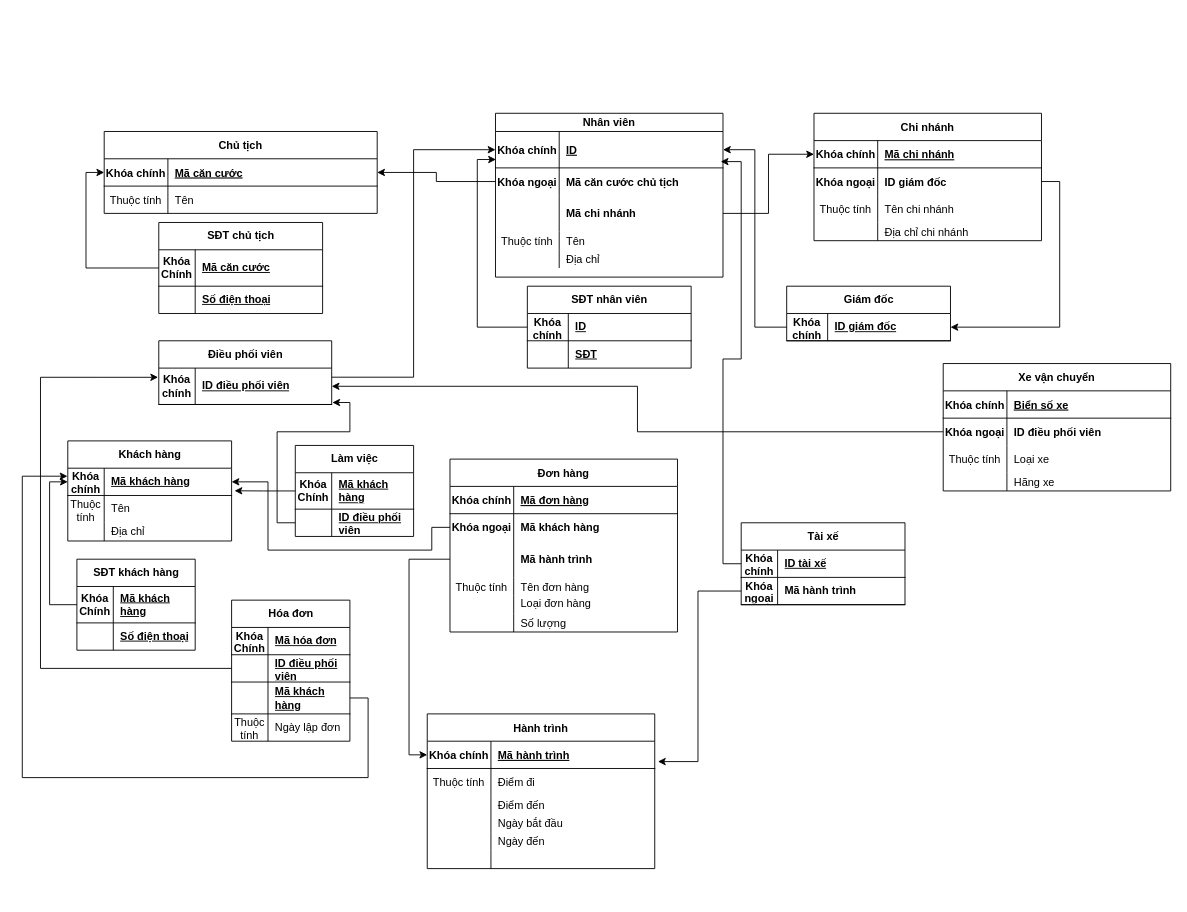
The draw.io diagram Untitled Diagram.drawio in Datbuudien/Luoc_do_quan_he, before the edit. Source tidied: cells renumbered, new cells numbered last; positions are measured from the earlier drawing's top-left corner, leaving out a move shared by most shapes. Both pictures are drawn from the tidied source at 91%, with x=0, y=0 at pixel (22, 113).
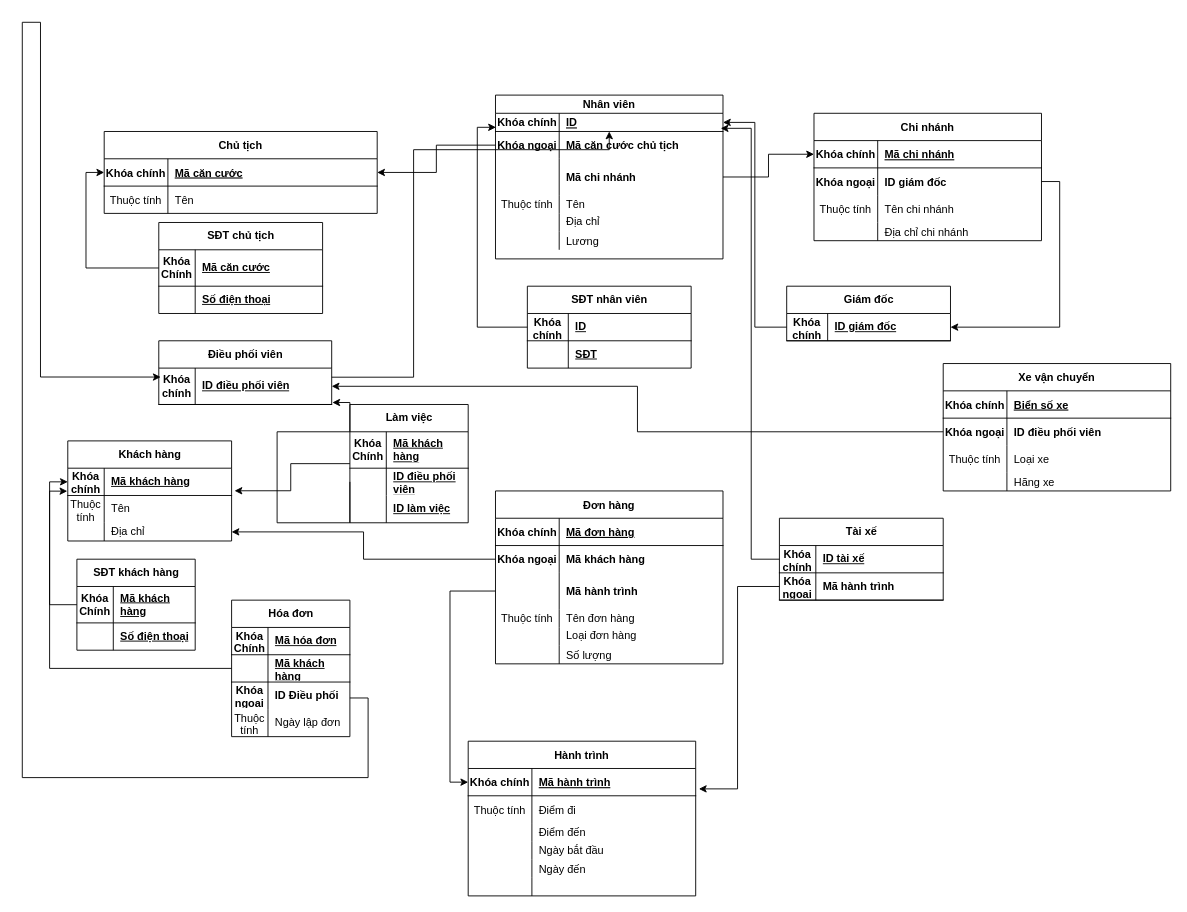
The same diagram, later.

The change refers to these unchanged cells:
```xml
<mxCell id="42" style="shape=tableRow;horizontal=0;startSize=0;swimlaneHead=0;swimlaneBody=0;fillColor=none;points=[[0,0.5],[1,0.5]];portConstraint=eastwest;top=0;left=0;right=0;bottom=1;" parent="41" vertex="1">
  <mxGeometry y="30" width="190" height="40" as="geometry" />
</mxCell>
<mxCell id="47" style="shape=tableRow;horizontal=0;startSize=0;swimlaneHead=0;swimlaneBody=0;fillColor=none;points=[[0,0.5],[1,0.5]];portConstraint=eastwest;top=0;left=0;right=0;bottom=1;" parent="46" vertex="1">
  <mxGeometry y="30" width="180" height="30" as="geometry" />
</mxCell>
<mxCell id="53" style="shape=tableRow;horizontal=0;startSize=0;swimlaneHead=0;swimlaneBody=0;fillColor=none;points=[[0,0.5],[1,0.5]];portConstraint=eastwest;top=0;left=0;right=0;bottom=0;" parent="46" vertex="1">
  <mxGeometry y="90" width="180" height="20" as="geometry" />
</mxCell>
<mxCell id="76" style="shape=partialRectangle;fillColor=none;points=[[0,0.5],[1,0.5]];portConstraint=eastwest;top=0;left=0;right=0;bottom=0;" parent="72" vertex="1">
  <mxGeometry y="60" width="250" height="30" as="geometry" />
</mxCell>
<mxCell id="158" style="shape=tableRow;horizontal=0;startSize=0;swimlaneHead=0;swimlaneBody=0;fillColor=none;points=[[0,0.5],[1,0.5]];portConstraint=eastwest;top=0;left=0;right=0;bottom=1;" parent="154" vertex="1">
  <mxGeometry y="60" width="130" height="30" as="geometry" />
</mxCell>
```

What changed in the source:
```diff
@@
     <mxCell id="17" value="Nhân viên" style="shape=table;startSize=20;childLayout=tableLayout;rowLines=0;fontStyle=1;align=center;" parent="1" vertex="1">
-      <mxGeometry x="520" width="250" height="180" as="geometry" />
+      <mxGeometry x="520" y="-20" width="250" height="180" as="geometry" />
     </mxCell>
     <mxCell id="18" style="shape=partialRectangle;fillColor=none;points=[[0,0.5],[1,0.5]];portConstraint=eastwest;top=0;left=0;right=0;bottom=1;" parent="17" vertex="1">
-      <mxGeometry y="20" width="250" height="40" as="geometry" />
+      <mxGeometry y="20" width="250" height="20" as="geometry" />
     </mxCell>
     <mxCell id="19" value="Khóa chính" style="shape=partialRectangle;overflow=hidden;fillColor=none;top=0;left=0;bottom=0;right=0;fontStyle=1;" parent="18" vertex="1">
-      <mxGeometry width="70" height="40" as="geometry" />
+      <mxGeometry width="70" height="20" as="geometry" />
     </mxCell>
     <mxCell id="20" value="ID" style="shape=partialRectangle;overflow=hidden;fillColor=none;top=0;left=0;bottom=0;right=0;align=left;spacingLeft=6;fontStyle=5;" parent="18" vertex="1">
-      <mxGeometry x="70" width="180" height="40" as="geometry" />
+      <mxGeometry x="70" width="180" height="20" as="geometry" />
     </mxCell>
     <mxCell id="21" style="shape=partialRectangle;fillColor=none;points=[[0,0.5],[1,0.5]];portConstraint=eastwest;top=0;left=0;right=0;bottom=0;" parent="17" vertex="1">
-      <mxGeometry y="60" width="250" height="30" as="geometry" />
+      <mxGeometry y="40" width="250" height="30" as="geometry" />
     </mxCell>
@@
     <mxCell id="24" style="shape=partialRectangle;fillColor=none;points=[[0,0.5],[1,0.5]];portConstraint=eastwest;top=0;left=0;right=0;bottom=0;" parent="17" vertex="1">
-      <mxGeometry y="90" width="250" height="40" as="geometry" />
+      <mxGeometry y="70" width="250" height="40" as="geometry" />
     </mxCell>
@@
     <mxCell id="27" style="shape=partialRectangle;fillColor=none;top=0;left=0;right=0;bottom=0;" parent="17" vertex="1">
-      <mxGeometry y="130" width="250" height="20" as="geometry" />
+      <mxGeometry y="110" width="250" height="20" as="geometry" />
     </mxCell>
@@
     <mxCell id="30" style="shape=partialRectangle;fillColor=none;top=0;left=0;right=0;bottom=0;" parent="17" vertex="1">
-      <mxGeometry y="150" width="250" height="20" as="geometry" />
+      <mxGeometry y="130" width="250" height="20" as="geometry" />
     </mxCell>
@@
-    <mxCell id="32" value="Địa chỉ" style="shape=partialRectangle;overflow=hidden;fillColor=none;top=0;left=0;bottom=0;right=0;align=left;spacingLeft=6;fontStyle=0;" parent="30" vertex="1">
+    <mxCell id="32" value="Địa chỉ&#10;" style="shape=partialRectangle;overflow=hidden;fillColor=none;top=0;left=0;bottom=0;right=0;align=left;spacingLeft=6;fontStyle=0;" parent="30" vertex="1">
       <mxGeometry x="70" width="180" height="20" as="geometry" />
     </mxCell>
+    <mxCell id="172" style="shape=partialRectangle;fillColor=none;top=0;left=0;right=0;bottom=0;" parent="17" vertex="1">
+      <mxGeometry y="150" width="250" height="20" as="geometry" />
+    </mxCell>
+    <mxCell id="173" style="shape=partialRectangle;overflow=hidden;fillColor=none;top=0;left=0;bottom=0;right=0;" parent="172" vertex="1">
+      <mxGeometry width="70" height="20" as="geometry" />
+    </mxCell>
+    <mxCell id="174" value="Lương" style="shape=partialRectangle;overflow=hidden;fillColor=none;top=0;left=0;bottom=0;right=0;align=left;spacingLeft=6;fontStyle=0;" parent="172" vertex="1">
+      <mxGeometry x="70" width="180" height="20" as="geometry" />
+    </mxCell>
@@
     <mxCell id="64" value="Làm việc" style="shape=table;startSize=30;childLayout=tableLayout;rowLines=0;fontStyle=1;align=center;html=1;" parent="1" vertex="1">
-      <mxGeometry x="300" y="365" width="130" height="100" as="geometry" />
+      <mxGeometry x="360" y="320" width="130" height="130" as="geometry" />
     </mxCell>
@@
+    <mxCell id="175" style="shape=tableRow;horizontal=0;startSize=0;swimlaneHead=0;swimlaneBody=0;fillColor=none;top=0;left=0;right=0;bottom=0;" parent="64" vertex="1">
+      <mxGeometry y="100" width="130" height="30" as="geometry" />
+    </mxCell>
+    <mxCell id="176" style="shape=partialRectangle;fillColor=none;top=0;left=0;bottom=0;right=0;overflow=hidden;whiteSpace=wrap;html=1;" parent="175" vertex="1">
+      <mxGeometry width="40" height="30" as="geometry" />
+    </mxCell>
+    <mxCell id="177" value="&lt;b&gt;&lt;u&gt;ID làm việc&lt;/u&gt;&lt;/b&gt;" style="shape=partialRectangle;fillColor=none;top=0;left=0;bottom=0;right=0;align=left;spacingLeft=6;overflow=hidden;whiteSpace=wrap;html=1;" parent="175" vertex="1">
+      <mxGeometry x="40" width="90" height="30" as="geometry" />
+    </mxCell>
@@
     <mxCell id="72" value="Đơn hàng" style="shape=table;startSize=30;childLayout=tableLayout;rowLines=0;fontStyle=1;align=center;" parent="1" vertex="1">
-      <mxGeometry x="470" y="380" width="250" height="190" as="geometry" />
+      <mxGeometry x="520" y="415" width="250" height="190" as="geometry" />
     </mxCell>
@@
-    <mxCell id="91" style="edgeStyle=orthogonalEdgeStyle;rounded=0;jettySize=auto;html=1;entryX=1;entryY=0.5;entryDx=0;entryDy=0;" parent="1" edge="1" source="76" target="47">
-      <mxGeometry relative="1" as="geometry">
-        <Array as="points">
-          <mxPoint x="450" y="455" />
-          <mxPoint x="450" y="480" />
-          <mxPoint x="270" y="480" />
-          <mxPoint x="270" y="405" />
-        </Array>
-      </mxGeometry>
-    </mxCell>
     <mxCell id="92" value="Hành trình" style="shape=table;startSize=30;childLayout=tableLayout;rowLines=0;fontStyle=1;align=center;" parent="1" vertex="1">
-      <mxGeometry x="445" y="660" width="250" height="170" as="geometry" />
+      <mxGeometry x="490" y="690" width="250" height="170" as="geometry" />
     </mxCell>
@@
     <mxCell id="112" value="Tài xế" style="shape=table;startSize=30;childLayout=tableLayout;rowLines=0;fontStyle=1;align=center;html=1;" parent="1" vertex="1">
-      <mxGeometry x="790" y="450" width="180" height="90" as="geometry" />
+      <mxGeometry x="832" y="445" width="180" height="90" as="geometry" />
     </mxCell>
@@
     <mxCell id="154" value="Hóa đơn" style="shape=table;startSize=30;childLayout=tableLayout;rowLines=0;fontStyle=1;align=center;html=1;" parent="1" vertex="1">
-      <mxGeometry x="230" y="535" width="130" height="155" as="geometry" />
+      <mxGeometry x="230" y="535" width="130" height="150" as="geometry" />
     </mxCell>
@@
-    <mxCell id="160" value="ID điều phối viên" style="shape=partialRectangle;fillColor=none;top=0;left=0;bottom=0;right=0;align=left;spacingLeft=6;fontStyle=5;overflow=hidden;whiteSpace=wrap;html=1;" parent="158" vertex="1">
+    <mxCell id="160" value="Mã khách hàng" style="shape=partialRectangle;fillColor=none;top=0;left=0;bottom=0;right=0;align=left;spacingLeft=6;fontStyle=5;overflow=hidden;whiteSpace=wrap;html=1;" parent="158" vertex="1">
       <mxGeometry x="40" width="90" height="30" as="geometry" />
     </mxCell>
-    <mxCell id="161" style="shape=tableRow;horizontal=0;startSize=0;swimlaneHead=0;swimlaneBody=0;fillColor=none;points=[[0,0.5],[1,0.5]];portConstraint=eastwest;top=0;left=0;right=0;bottom=1;" parent="154" vertex="1">
-      <mxGeometry y="90" width="130" height="35" as="geometry" />
-    </mxCell>
-    <mxCell id="162" style="shape=partialRectangle;fillColor=none;top=0;left=0;bottom=0;right=0;fontStyle=1;overflow=hidden;whiteSpace=wrap;html=1;" parent="161" vertex="1">
-      <mxGeometry width="40" height="35" as="geometry" />
-    </mxCell>
-    <mxCell id="163" value="Mã khách hàng" style="shape=partialRectangle;fillColor=none;top=0;left=0;bottom=0;right=0;align=left;spacingLeft=6;fontStyle=5;overflow=hidden;whiteSpace=wrap;html=1;" parent="161" vertex="1">
-      <mxGeometry x="40" width="90" height="35" as="geometry" />
-    </mxCell>
     <mxCell id="164" style="shape=tableRow;horizontal=0;startSize=0;swimlaneHead=0;swimlaneBody=0;fillColor=none;top=0;left=0;right=0;bottom=0;" parent="154" vertex="1">
-      <mxGeometry y="125" width="130" height="30" as="geometry" />
+      <mxGeometry y="90" width="130" height="30" as="geometry" />
     </mxCell>
-    <mxCell id="165" value="Thuộc tính" style="shape=partialRectangle;fillColor=none;top=0;left=0;bottom=0;right=0;overflow=hidden;whiteSpace=wrap;html=1;dashed=1;" parent="164" vertex="1">
+    <mxCell id="165" value="&lt;b&gt;Khóa ngoại&lt;/b&gt;" style="shape=partialRectangle;fillColor=none;top=0;left=0;bottom=0;right=0;overflow=hidden;whiteSpace=wrap;html=1;dashed=1;" parent="164" vertex="1">
       <mxGeometry width="40" height="30" as="geometry" />
     </mxCell>
-    <mxCell id="166" value="Ngày lập đơn" style="shape=partialRectangle;fillColor=none;top=0;left=0;bottom=0;right=0;align=left;spacingLeft=6;overflow=hidden;whiteSpace=wrap;html=1;" parent="164" vertex="1">
+    <mxCell id="166" value="&lt;b&gt;ID Điều phối&lt;/b&gt;" style="shape=partialRectangle;fillColor=none;top=0;left=0;bottom=0;right=0;align=left;spacingLeft=6;overflow=hidden;whiteSpace=wrap;html=1;" parent="164" vertex="1">
       <mxGeometry x="40" width="90" height="30" as="geometry" />
     </mxCell>
-    <mxCell id="167" style="edgeStyle=orthogonalEdgeStyle;rounded=0;jettySize=auto;html=1;exitX=0;exitY=0.5;exitDx=0;exitDy=0;entryX=-0.004;entryY=0.253;entryDx=0;entryDy=0;entryPerimeter=0;" parent="1" edge="1" source="158" target="42">
-      <mxGeometry relative="1" as="geometry">
-        <Array as="points">
-          <mxPoint x="20" y="610" />
-          <mxPoint x="20" y="290" />
-        </Array>
-      </mxGeometry>
-    </mxCell>
+    <mxCell id="178" style="shape=tableRow;horizontal=0;startSize=0;swimlaneHead=0;swimlaneBody=0;fillColor=none;top=0;left=0;right=0;bottom=0;" parent="154" vertex="1">
+      <mxGeometry y="120" width="130" height="30" as="geometry" />
+    </mxCell>
+    <mxCell id="179" value="Thuộc tính" style="shape=partialRectangle;fillColor=none;top=0;left=0;bottom=0;right=0;overflow=hidden;whiteSpace=wrap;html=1;dashed=1;" parent="178" vertex="1">
+      <mxGeometry width="40" height="30" as="geometry" />
+    </mxCell>
+    <mxCell id="180" value="Ngày lập đơn" style="shape=partialRectangle;fillColor=none;top=0;left=0;bottom=0;right=0;align=left;spacingLeft=6;overflow=hidden;whiteSpace=wrap;html=1;" parent="178" vertex="1">
+      <mxGeometry x="40" width="90" height="30" as="geometry" />
+    </mxCell>
-    <mxCell id="168" style="edgeStyle=orthogonalEdgeStyle;rounded=0;jettySize=auto;html=1;exitX=1;exitY=0.5;exitDx=0;exitDy=0;entryX=-0.002;entryY=0.293;entryDx=0;entryDy=0;entryPerimeter=0;" parent="1" edge="1" source="161" target="47">
+    <mxCell id="168" style="edgeStyle=orthogonalEdgeStyle;rounded=0;jettySize=auto;html=1;exitX=1;exitY=0.5;exitDx=0;exitDy=0;entryX=0.011;entryY=0.246;entryDx=0;entryDy=0;entryPerimeter=0;" parent="1" edge="1" target="42">
       <mxGeometry relative="1" as="geometry">
+        <mxPoint x="360" y="642.5" as="sourcePoint" />
         <Array as="points">
           <mxPoint x="380" y="643" />
           <mxPoint x="380" y="730" />
           <mxPoint y="730" />
-          <mxPoint y="399" />
+          <mxPoint y="-100" />
+          <mxPoint x="20" y="-100" />
+          <mxPoint x="20" y="290" />
         </Array>
       </mxGeometry>
     </mxCell>
@@
+    <mxCell id="181" style="edgeStyle=orthogonalEdgeStyle;rounded=0;jettySize=auto;html=1;exitX=0;exitY=0.5;exitDx=0;exitDy=0;" parent="1" edge="1" source="76" target="53">
+      <mxGeometry relative="1" as="geometry" />
+    </mxCell>
+    <mxCell id="182" style="edgeStyle=orthogonalEdgeStyle;rounded=0;jettySize=auto;html=1;exitX=0;exitY=0.5;exitDx=0;exitDy=0;" parent="1" edge="1" source="158">
+      <mxGeometry relative="1" as="geometry">
+        <mxPoint x="229.9" y="610.3" as="targetPoint" />
+      </mxGeometry>
+    </mxCell>
+    <mxCell id="183" style="edgeStyle=orthogonalEdgeStyle;rounded=0;jettySize=auto;html=1;exitX=0;exitY=0.5;exitDx=0;exitDy=0;entryX=-0.003;entryY=0.841;entryDx=0;entryDy=0;entryPerimeter=0;" parent="1" edge="1" source="158" target="47">
+      <mxGeometry relative="1" as="geometry" />
+    </mxCell>
```
